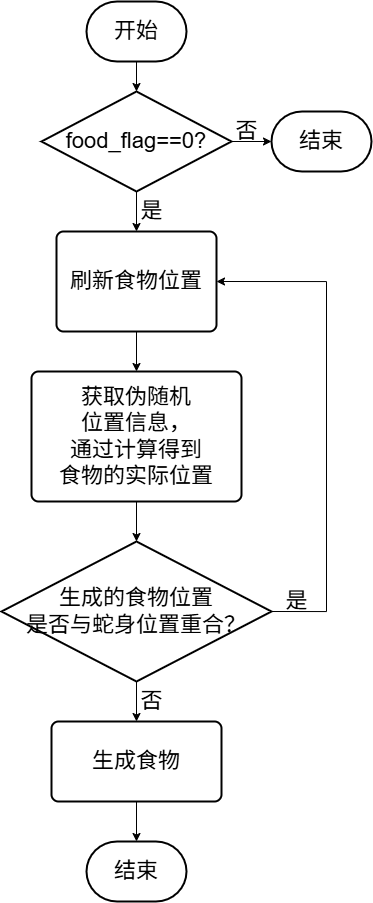
Earlier version of the draw.io export snake_food.png (maple-m117/bysj_etc.). Source tidied: cells renumbered, new cells last; positions are measured from the earlier drawing's top-left corner, leaving out a move shared by most shapes. Its diagram source:
```xml
<mxGraphModel>
  <root>
    <mxCell id="0" />
    <mxCell id="1" parent="0" />
    <mxCell id="2" style="edgeStyle=orthogonalEdgeStyle;rounded=0;jettySize=auto;html=1;" parent="1" edge="1" source="3" target="8">
      <mxGeometry relative="1" as="geometry" />
    </mxCell>
    <mxCell id="3" value="开始" style="strokeWidth=2;html=1;shape=mxgraph.flowchart.terminator;whiteSpace=wrap;fontSize=22;" parent="1" vertex="1">
      <mxGeometry x="85" width="100" height="60" as="geometry" />
    </mxCell>
    <mxCell id="4" style="edgeStyle=orthogonalEdgeStyle;rounded=0;jettySize=auto;html=1;" parent="1" edge="1" source="5" target="10">
      <mxGeometry relative="1" as="geometry" />
    </mxCell>
    <mxCell id="5" value="刷新食物位置" style="rounded=1;whiteSpace=wrap;html=1;absoluteArcSize=1;arcSize=14;strokeWidth=2;fontSize=22;" parent="1" vertex="1">
      <mxGeometry x="55" y="230" width="160" height="100" as="geometry" />
    </mxCell>
    <mxCell id="6" style="edgeStyle=orthogonalEdgeStyle;rounded=0;jettySize=auto;html=1;" parent="1" edge="1" source="8" target="5">
      <mxGeometry relative="1" as="geometry" />
    </mxCell>
    <mxCell id="7" style="edgeStyle=orthogonalEdgeStyle;rounded=0;jettySize=auto;html=1;" parent="1" edge="1" source="8" target="17">
      <mxGeometry relative="1" as="geometry" />
    </mxCell>
    <mxCell id="8" value="food_flag==0?" style="strokeWidth=2;html=1;shape=mxgraph.flowchart.decision;whiteSpace=wrap;fontSize=22;" parent="1" vertex="1">
      <mxGeometry x="40" y="90" width="190" height="100" as="geometry" />
    </mxCell>
    <mxCell id="9" style="edgeStyle=orthogonalEdgeStyle;rounded=0;jettySize=auto;html=1;" parent="1" edge="1" source="10" target="15">
      <mxGeometry relative="1" as="geometry" />
    </mxCell>
    <mxCell id="10" value="获取伪随机&lt;div&gt;位置信息，&lt;/div&gt;&lt;div&gt;通过计算&lt;span style=&quot;background-color: transparent; color: light-dark(rgb(0, 0, 0), rgb(255, 255, 255));&quot;&gt;得到&lt;/span&gt;&lt;/div&gt;&lt;div&gt;食物的实际位置&lt;/div&gt;" style="rounded=1;whiteSpace=wrap;html=1;absoluteArcSize=1;arcSize=14;strokeWidth=2;fontSize=22;" parent="1" vertex="1">
      <mxGeometry x="30" y="370" width="210" height="130" as="geometry" />
    </mxCell>
    <mxCell id="11" style="edgeStyle=orthogonalEdgeStyle;rounded=0;jettySize=auto;html=1;" parent="1" edge="1" source="12" target="16">
      <mxGeometry relative="1" as="geometry" />
    </mxCell>
    <mxCell id="12" value="生成食物" style="rounded=1;whiteSpace=wrap;html=1;absoluteArcSize=1;arcSize=14;strokeWidth=2;fontSize=22;" parent="1" vertex="1">
      <mxGeometry x="50" y="720" width="170" height="80" as="geometry" />
    </mxCell>
    <mxCell id="13" style="edgeStyle=orthogonalEdgeStyle;rounded=0;jettySize=auto;html=1;" parent="1" edge="1" source="15" target="12">
      <mxGeometry relative="1" as="geometry" />
    </mxCell>
    <mxCell id="14" style="edgeStyle=orthogonalEdgeStyle;rounded=0;jettySize=auto;html=1;exitX=1;exitY=0.5;exitDx=0;exitDy=0;exitPerimeter=0;entryX=1;entryY=0.5;entryDx=0;entryDy=0;" parent="1" edge="1" source="15" target="5">
      <mxGeometry relative="1" as="geometry">
        <Array as="points">
          <mxPoint x="325" y="610" />
          <mxPoint x="325" y="280" />
        </Array>
      </mxGeometry>
    </mxCell>
    <mxCell id="15" value="生成的食物位置&lt;div&gt;是否与蛇身位置重合？&lt;/div&gt;" style="strokeWidth=2;html=1;shape=mxgraph.flowchart.decision;whiteSpace=wrap;fontSize=22;" parent="1" vertex="1">
      <mxGeometry y="540" width="270" height="140" as="geometry" />
    </mxCell>
    <mxCell id="16" value="结束" style="strokeWidth=2;html=1;shape=mxgraph.flowchart.terminator;whiteSpace=wrap;fontSize=22;" parent="1" vertex="1">
      <mxGeometry x="85" y="840" width="100" height="60" as="geometry" />
    </mxCell>
    <mxCell id="17" value="结束" style="strokeWidth=2;html=1;shape=mxgraph.flowchart.terminator;whiteSpace=wrap;fontSize=22;" parent="1" vertex="1">
      <mxGeometry x="270" y="110" width="100" height="60" as="geometry" />
    </mxCell>
    <mxCell id="18" value="是" style="text;html=1;align=center;verticalAlign=middle;strokeColor=none;fillColor=none;fontSize=22;" parent="1" vertex="1">
      <mxGeometry x="125" y="190" width="50" height="40" as="geometry" />
    </mxCell>
    <mxCell id="19" value="否" style="text;html=1;align=center;verticalAlign=middle;strokeColor=none;fillColor=none;fontSize=22;" parent="1" vertex="1">
      <mxGeometry x="220" y="110" width="50" height="40" as="geometry" />
    </mxCell>
    <mxCell id="20" value="是" style="text;html=1;align=center;verticalAlign=middle;strokeColor=none;fillColor=none;fontSize=22;" parent="1" vertex="1">
      <mxGeometry x="270" y="580" width="50" height="40" as="geometry" />
    </mxCell>
    <mxCell id="21" value="否" style="text;html=1;align=center;verticalAlign=middle;strokeColor=none;fillColor=none;fontSize=22;" parent="1" vertex="1">
      <mxGeometry x="125" y="680" width="50" height="40" as="geometry" />
    </mxCell>
  </root>
</mxGraphModel>
```
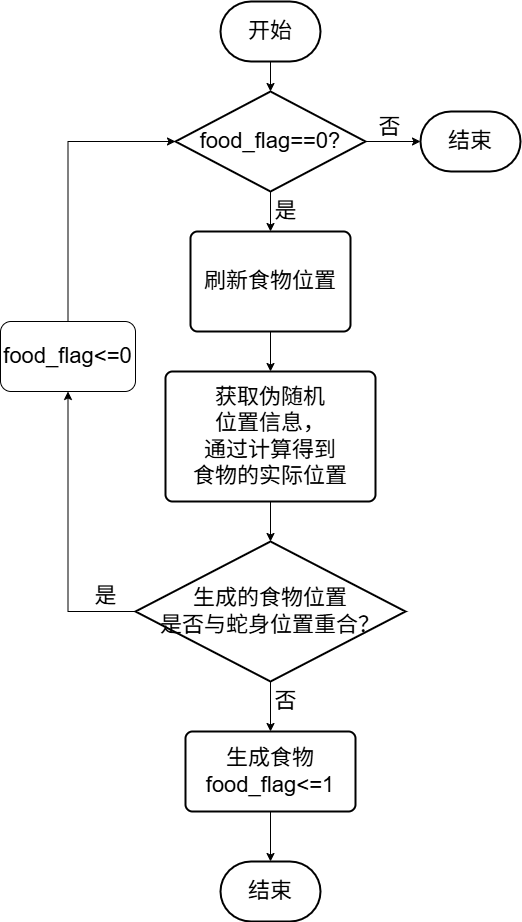
Later version of the same file.

The edit, as a diff of the source:
```diff
@@ -32,40 +32,41 @@
     <mxCell id="11" style="edgeStyle=orthogonalEdgeStyle;rounded=0;jettySize=auto;html=1;" parent="1" edge="1" source="12" target="16">
       <mxGeometry relative="1" as="geometry" />
     </mxCell>
-    <mxCell id="12" value="生成食物" style="rounded=1;whiteSpace=wrap;html=1;absoluteArcSize=1;arcSize=14;strokeWidth=2;fontSize=22;" parent="1" vertex="1">
-      <mxGeometry x="50" y="720" width="170" height="80" as="geometry" />
+    <mxCell id="12" value="生成食物&lt;div&gt;food_flag&amp;lt;=1&lt;/div&gt;" style="rounded=1;whiteSpace=wrap;html=1;absoluteArcSize=1;arcSize=14;strokeWidth=2;fontSize=22;" parent="1" vertex="1">
+      <mxGeometry x="50" y="730" width="170" height="80" as="geometry" />
     </mxCell>
     <mxCell id="13" style="edgeStyle=orthogonalEdgeStyle;rounded=0;jettySize=auto;html=1;" parent="1" edge="1" source="15" target="12">
       <mxGeometry relative="1" as="geometry" />
     </mxCell>
-    <mxCell id="14" style="edgeStyle=orthogonalEdgeStyle;rounded=0;jettySize=auto;html=1;exitX=1;exitY=0.5;exitDx=0;exitDy=0;exitPerimeter=0;entryX=1;entryY=0.5;entryDx=0;entryDy=0;" parent="1" edge="1" source="15" target="5">
-      <mxGeometry relative="1" as="geometry">
-        <Array as="points">
-          <mxPoint x="325" y="610" />
-          <mxPoint x="325" y="280" />
-        </Array>
-      </mxGeometry>
-    </mxCell>
+    <mxCell id="22" style="edgeStyle=orthogonalEdgeStyle;rounded=0;jettySize=auto;html=1;exitX=0;exitY=0.5;exitDx=0;exitDy=0;exitPerimeter=0;" parent="1" edge="1" source="15" target="23">
+      <mxGeometry relative="1" as="geometry" />
+    </mxCell>
     <mxCell id="15" value="生成的食物位置&lt;div&gt;是否与蛇身位置重合？&lt;/div&gt;" style="strokeWidth=2;html=1;shape=mxgraph.flowchart.decision;whiteSpace=wrap;fontSize=22;" parent="1" vertex="1">
       <mxGeometry y="540" width="270" height="140" as="geometry" />
     </mxCell>
     <mxCell id="16" value="结束" style="strokeWidth=2;html=1;shape=mxgraph.flowchart.terminator;whiteSpace=wrap;fontSize=22;" parent="1" vertex="1">
-      <mxGeometry x="85" y="840" width="100" height="60" as="geometry" />
+      <mxGeometry x="85" y="860" width="100" height="60" as="geometry" />
     </mxCell>
     <mxCell id="17" value="结束" style="strokeWidth=2;html=1;shape=mxgraph.flowchart.terminator;whiteSpace=wrap;fontSize=22;" parent="1" vertex="1">
-      <mxGeometry x="270" y="110" width="100" height="60" as="geometry" />
+      <mxGeometry x="285" y="110" width="100" height="60" as="geometry" />
     </mxCell>
     <mxCell id="18" value="是" style="text;html=1;align=center;verticalAlign=middle;strokeColor=none;fillColor=none;fontSize=22;" parent="1" vertex="1">
       <mxGeometry x="125" y="190" width="50" height="40" as="geometry" />
     </mxCell>
     <mxCell id="19" value="否" style="text;html=1;align=center;verticalAlign=middle;strokeColor=none;fillColor=none;fontSize=22;" parent="1" vertex="1">
-      <mxGeometry x="220" y="110" width="50" height="40" as="geometry" />
+      <mxGeometry x="229" y="106" width="50" height="40" as="geometry" />
     </mxCell>
     <mxCell id="20" value="是" style="text;html=1;align=center;verticalAlign=middle;strokeColor=none;fillColor=none;fontSize=22;" parent="1" vertex="1">
-      <mxGeometry x="270" y="580" width="50" height="40" as="geometry" />
+      <mxGeometry x="-55" y="575" width="50" height="40" as="geometry" />
     </mxCell>
     <mxCell id="21" value="否" style="text;html=1;align=center;verticalAlign=middle;strokeColor=none;fillColor=none;fontSize=22;" parent="1" vertex="1">
       <mxGeometry x="125" y="680" width="50" height="40" as="geometry" />
     </mxCell>
+    <mxCell id="23" value="&lt;span style=&quot;font-size: 22px;&quot;&gt;food_flag&amp;lt;=0&lt;/span&gt;" style="rounded=1;whiteSpace=wrap;html=1;" parent="1" vertex="1">
+      <mxGeometry x="-135" y="320" width="135" height="70" as="geometry" />
+    </mxCell>
+    <mxCell id="24" style="edgeStyle=orthogonalEdgeStyle;rounded=0;jettySize=auto;html=1;exitX=0.5;exitY=0;exitDx=0;exitDy=0;entryX=0;entryY=0.5;entryDx=0;entryDy=0;entryPerimeter=0;" parent="1" edge="1" source="23" target="8">
+      <mxGeometry relative="1" as="geometry" />
+    </mxCell>
   </root>
 </mxGraphModel>
```
